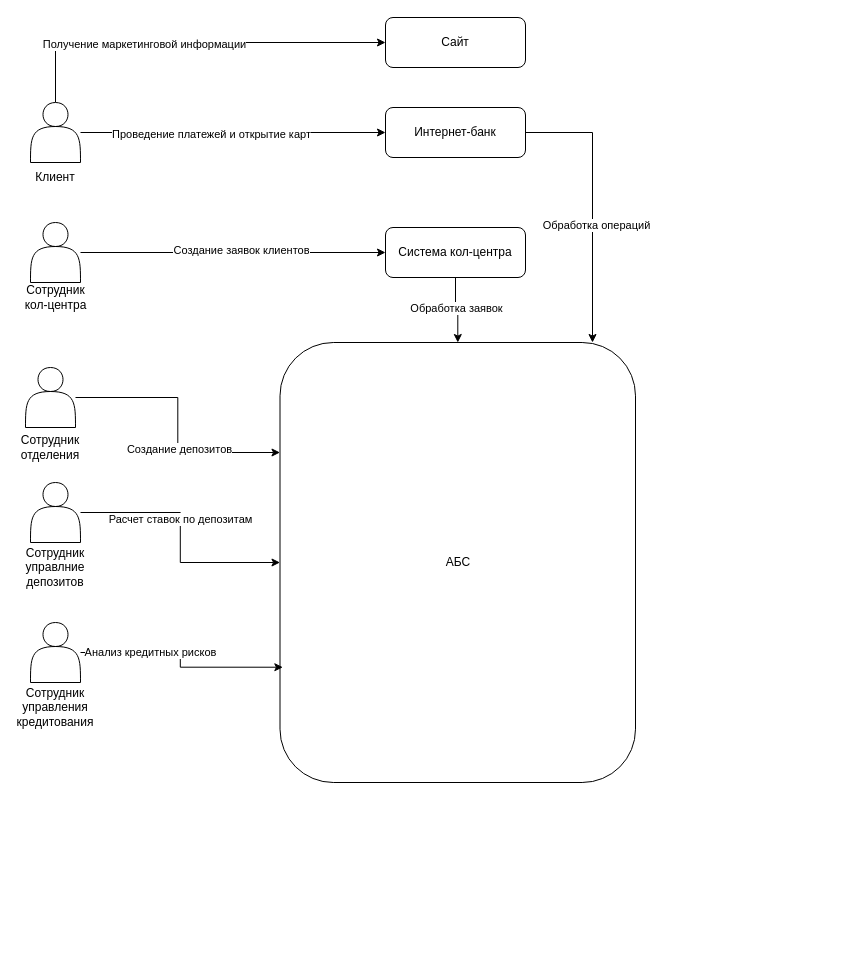
This is Task1/Схема интеграции приложений с указанием участников процессов.drawio from Evgeniymishin/architecture-standart, a draw.io file, before an edit. Source tidied: cells renumbered, new cells numbered last; positions are measured from the earlier drawing's top-left corner, leaving out a move shared by most shapes. Both pictures are drawn from the tidied source at 100%, with x=0, y=0 at pixel (17, 17).
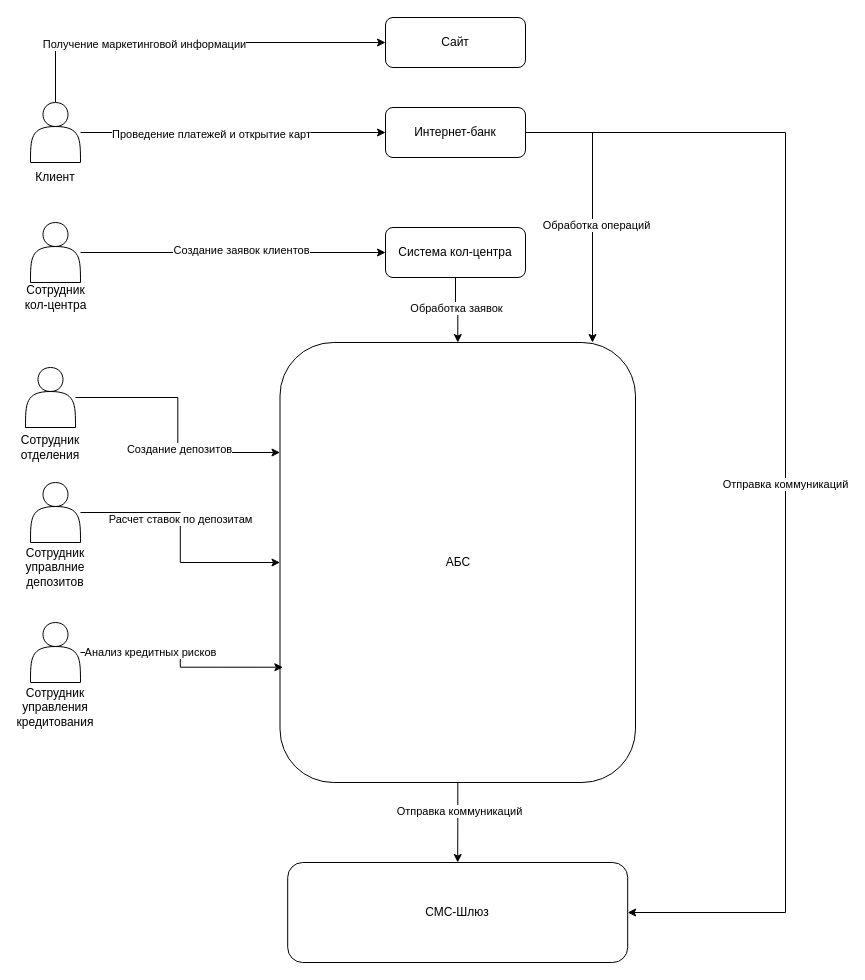
The same diagram, later.

The change refers to these unchanged cells:
```xml
<mxCell id="2" value="АБС" style="rounded=1;whiteSpace=wrap;html=1;" parent="1" vertex="1">
  <mxGeometry x="262.5" y="325" width="355.5" height="440" as="geometry" />
</mxCell>
<mxCell id="14" value="Интернет-банк" style="rounded=1;whiteSpace=wrap;html=1;" parent="1" vertex="1">
  <mxGeometry x="368" y="90" width="140" height="50" as="geometry" />
</mxCell>
```

What changed in the source:
```diff
@@
+    <mxCell id="32" style="edgeStyle=orthogonalEdgeStyle;rounded=0;jettySize=auto;html=1;" parent="1" edge="1" source="2" target="36">
+      <mxGeometry relative="1" as="geometry" />
+    </mxCell>
+    <mxCell id="33" value="Отправка коммуникаций" style="edgeLabel;html=1;align=center;verticalAlign=middle;" parent="32" vertex="1">
+      <mxGeometry x="-0.29" y="1" relative="1" as="geometry" />
+    </mxCell>
@@
+    <mxCell id="34" style="edgeStyle=orthogonalEdgeStyle;rounded=0;jettySize=auto;html=1;entryX=1;entryY=0.5;entryDx=0;entryDy=0;" parent="1" edge="1" source="14" target="36">
+      <mxGeometry relative="1" as="geometry">
+        <Array as="points">
+          <mxPoint x="768" y="115" />
+          <mxPoint x="768" y="895" />
+        </Array>
+      </mxGeometry>
+    </mxCell>
+    <mxCell id="35" value="Отправка коммуникаций" style="edgeLabel;html=1;align=center;verticalAlign=middle;" parent="34" vertex="1">
+      <mxGeometry x="0.02" y="-1" relative="1" as="geometry" />
+    </mxCell>
@@
+    <mxCell id="36" value="СМС-Шлюз" style="rounded=1;whiteSpace=wrap;html=1;" parent="1" vertex="1">
+      <mxGeometry x="270.2" y="845" width="340" height="100" as="geometry" />
+    </mxCell>
```
